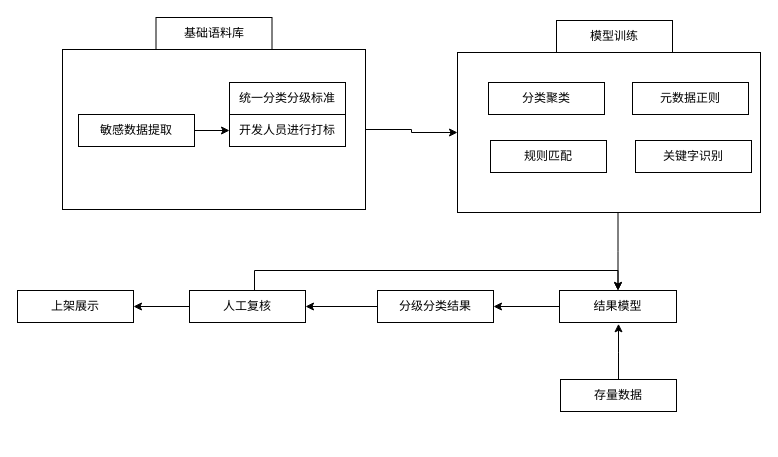
This is 数据安全.drawio from ZhangChaoZhong/draw, a draw.io file, before an edit. Source tidied: cells renumbered, new cells numbered last; positions are measured from the earlier drawing's top-left corner, leaving out a move shared by most shapes. Both pictures are drawn from the tidied source at 100%, with x=0, y=0 at pixel (17, 17).
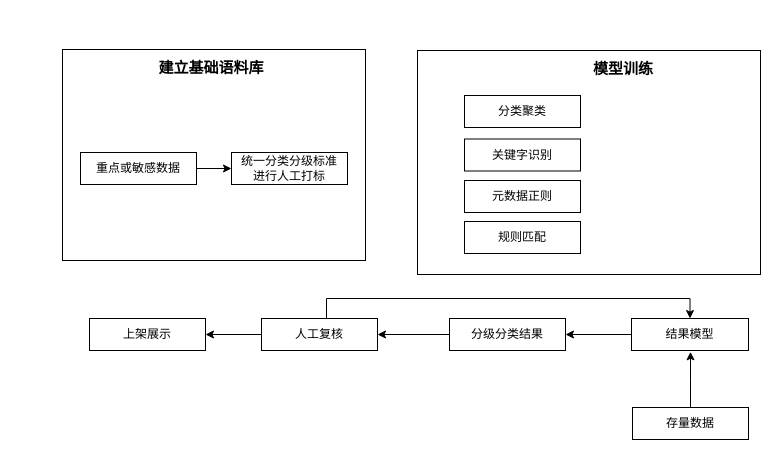
Above is the later version.

Commit message (it also covers changes not shown here):
更新数据安全.drawio

What changed in the source:
```diff
@@
-    <mxCell id="2" style="edgeStyle=orthogonalEdgeStyle;rounded=0;jettySize=auto;html=1;entryX=0;entryY=0.5;entryDx=0;entryDy=0;" parent="1" edge="1" source="3" target="20">
-      <mxGeometry relative="1" as="geometry" />
-    </mxCell>
     <mxCell id="3" style="rounded=0;whiteSpace=wrap;html=1;" parent="1" vertex="1">
-      <mxGeometry x="45" y="32" width="303" height="160" as="geometry" />
+      <mxGeometry x="45" y="32" width="303" height="211" as="geometry" />
     </mxCell>
@@
-    <mxCell id="5" value="敏感数据提取" style="rounded=0;whiteSpace=wrap;html=1;" parent="1" vertex="1">
-      <mxGeometry x="61" y="97" width="116" height="32" as="geometry" />
+    <mxCell id="5" value="重点或敏感数据" style="rounded=0;whiteSpace=wrap;html=1;" parent="1" vertex="1">
+      <mxGeometry x="63" y="135" width="116" height="32" as="geometry" />
     </mxCell>
+    <mxCell id="7" value="&lt;font size=&quot;1&quot;&gt;&lt;b style=&quot;font-size: 15px;&quot;&gt;建立基础语料库&lt;/b&gt;&lt;/font&gt;" style="rounded=0;whiteSpace=wrap;html=1;strokeColor=none;" parent="1" vertex="1">
+      <mxGeometry x="136" y="35" width="116" height="29" as="geometry" />
+    </mxCell>
-    <mxCell id="6" value="开发人员进行打标" style="rounded=0;whiteSpace=wrap;html=1;" parent="1" vertex="1">
-      <mxGeometry x="212" y="97" width="116" height="32" as="geometry" />
+    <mxCell id="6" value="&lt;div&gt;统一分类分级标准&lt;/div&gt;&lt;div&gt;进行人工打标&lt;/div&gt;" style="rounded=0;whiteSpace=wrap;html=1;" parent="1" vertex="1">
+      <mxGeometry x="214" y="135" width="116" height="32" as="geometry" />
     </mxCell>
-    <mxCell id="7" value="基础语料库" style="rounded=0;whiteSpace=wrap;html=1;" parent="1" vertex="1">
-      <mxGeometry x="138.5" width="116" height="32" as="geometry" />
-    </mxCell>
-    <mxCell id="8" value="模型训练" style="rounded=0;whiteSpace=wrap;html=1;" parent="1" vertex="1">
-      <mxGeometry x="539" y="3" width="116" height="32" as="geometry" />
-    </mxCell>
@@
     <mxCell id="10" style="edgeStyle=orthogonalEdgeStyle;rounded=0;jettySize=auto;html=1;entryX=0.5;entryY=0;entryDx=0;entryDy=0;" parent="1" edge="1" source="11" target="16">
       <mxGeometry relative="1" as="geometry">
         <Array as="points">
-          <mxPoint x="237" y="253" />
-          <mxPoint x="601" y="253" />
+          <mxPoint x="309" y="281" />
+          <mxPoint x="673" y="281" />
         </Array>
       </mxGeometry>
     </mxCell>
     <mxCell id="11" value="人工复核" style="rounded=0;whiteSpace=wrap;html=1;" parent="1" vertex="1">
-      <mxGeometry x="172" y="273" width="116" height="32" as="geometry" />
+      <mxGeometry x="244" y="301" width="116" height="32" as="geometry" />
     </mxCell>
-    <mxCell id="12" value="统一分类分级标准" style="rounded=0;whiteSpace=wrap;html=1;" parent="1" vertex="1">
-      <mxGeometry x="212" y="65" width="116" height="32" as="geometry" />
-    </mxCell>
@@
     <mxCell id="14" value="分级分类结果" style="rounded=0;whiteSpace=wrap;html=1;" parent="1" vertex="1">
-      <mxGeometry x="360" y="273" width="116" height="32" as="geometry" />
+      <mxGeometry x="432" y="301" width="116" height="32" as="geometry" />
     </mxCell>
@@
     <mxCell id="16" value="结果模型" style="rounded=0;whiteSpace=wrap;html=1;" parent="1" vertex="1">
-      <mxGeometry x="542" y="273" width="117" height="32" as="geometry" />
+      <mxGeometry x="614" y="301" width="117" height="32" as="geometry" />
     </mxCell>
     <mxCell id="17" style="edgeStyle=orthogonalEdgeStyle;rounded=0;jettySize=auto;html=1;" parent="1" edge="1" source="18">
       <mxGeometry relative="1" as="geometry">
-        <mxPoint x="601" y="306.3" as="targetPoint" />
+        <mxPoint x="673" y="334.3" as="targetPoint" />
       </mxGeometry>
     </mxCell>
     <mxCell id="18" value="存量数据" style="rounded=0;whiteSpace=wrap;html=1;" parent="1" vertex="1">
-      <mxGeometry x="543" y="362" width="116" height="32" as="geometry" />
+      <mxGeometry x="615" y="390" width="116" height="32" as="geometry" />
     </mxCell>
-    <mxCell id="19" style="edgeStyle=orthogonalEdgeStyle;rounded=0;jettySize=auto;html=1;entryX=0.5;entryY=0;entryDx=0;entryDy=0;" parent="1" edge="1" source="20" target="16">
-      <mxGeometry relative="1" as="geometry">
-        <Array as="points">
-          <mxPoint x="601" y="234" />
-        </Array>
-      </mxGeometry>
-    </mxCell>
     <mxCell id="20" style="rounded=0;whiteSpace=wrap;html=1;" parent="1" vertex="1">
-      <mxGeometry x="440" y="35" width="303" height="160" as="geometry" />
+      <mxGeometry x="400" y="33" width="343" height="224" as="geometry" />
     </mxCell>
+    <mxCell id="25" value="上架展示" style="rounded=0;whiteSpace=wrap;html=1;" parent="1" vertex="1">
+      <mxGeometry x="72" y="301" width="116" height="32" as="geometry" />
+    </mxCell>
+    <mxCell id="8" value="&lt;font style=&quot;font-size: 15px;&quot;&gt;&lt;b&gt;模型训练&lt;br&gt;&lt;/b&gt;&lt;/font&gt;" style="rounded=0;whiteSpace=wrap;html=1;strokeColor=none;" parent="1" vertex="1">
+      <mxGeometry x="548" y="36" width="116" height="29" as="geometry" />
+    </mxCell>
+    <mxCell id="26" style="group;" parent="1" vertex="1">
+      <mxGeometry x="447" y="78" width="116" height="158" as="geometry" />
+    </mxCell>
-    <mxCell id="21" value="分类聚类" style="rounded=0;whiteSpace=wrap;html=1;" parent="1" vertex="1">
-      <mxGeometry x="471" y="65" width="116" height="32" as="geometry" />
+    <mxCell id="21" value="分类聚类" style="rounded=0;whiteSpace=wrap;html=1;" parent="26" vertex="1">
+      <mxGeometry width="116" height="32" as="geometry" />
     </mxCell>
+    <mxCell id="24" value="元数据正则" style="rounded=0;whiteSpace=wrap;html=1;" parent="26" vertex="1">
+      <mxGeometry y="85" width="116" height="32" as="geometry" />
+    </mxCell>
+    <mxCell id="23" value="规则匹配" style="rounded=0;whiteSpace=wrap;html=1;" parent="26" vertex="1">
+      <mxGeometry y="126" width="116" height="32" as="geometry" />
+    </mxCell>
-    <mxCell id="22" value="关键字识别" style="rounded=0;whiteSpace=wrap;html=1;" parent="1" vertex="1">
-      <mxGeometry x="618" y="123" width="116" height="32" as="geometry" />
+    <mxCell id="22" value="关键字识别" style="rounded=0;whiteSpace=wrap;html=1;" parent="26" vertex="1">
+      <mxGeometry y="43.5" width="116" height="32" as="geometry" />
     </mxCell>
-    <mxCell id="23" value="规则匹配" style="rounded=0;whiteSpace=wrap;html=1;" parent="1" vertex="1">
-      <mxGeometry x="473" y="123" width="116" height="32" as="geometry" />
-    </mxCell>
-    <mxCell id="24" value="元数据正则" style="rounded=0;whiteSpace=wrap;html=1;" parent="1" vertex="1">
-      <mxGeometry x="615" y="65" width="116" height="32" as="geometry" />
-    </mxCell>
-    <mxCell id="25" value="上架展示" style="rounded=0;whiteSpace=wrap;html=1;" parent="1" vertex="1">
-      <mxGeometry y="273" width="116" height="32" as="geometry" />
-    </mxCell>
```
